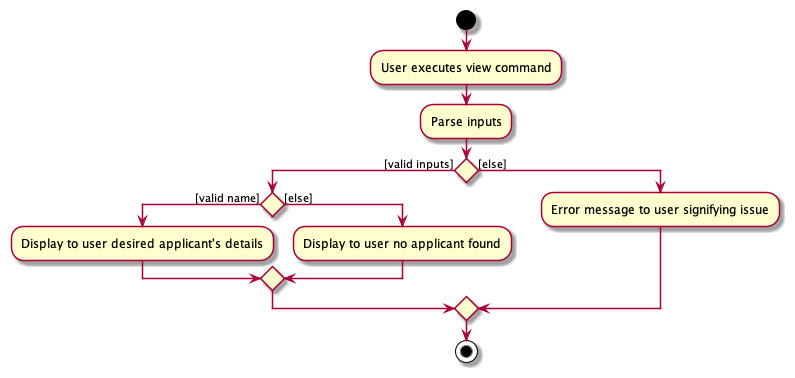
zzhikai/tp keeps this PlantUML diagram as docs/images/ViewActivityDiagram.png. Above is the earlier version. Its diagram source:
```plantuml
@startuml

start
:User executes view command;
:Parse inputs;
if () then ([valid inputs])

    if () then ([valid name])
    :Display to user desired applicant's details;
    else ([else])
    :Display to user no applicant found;
    endif
else ([else])
:Error message to user signifying issue;
endif

stop

@enduml
```
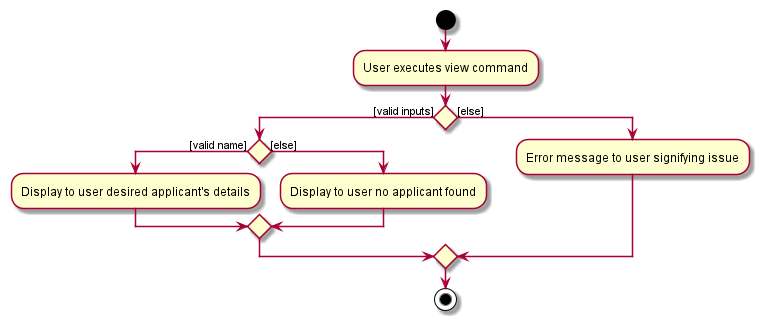
The same diagram one commit later.

Diff of the diagram source:
```diff
@@ -2,9 +2,7 @@
 
 start
 :User executes view command;
-:Parse inputs;
 if () then ([valid inputs])
-
     if () then ([valid name])
     :Display to user desired applicant's details;
     else ([else])
```
